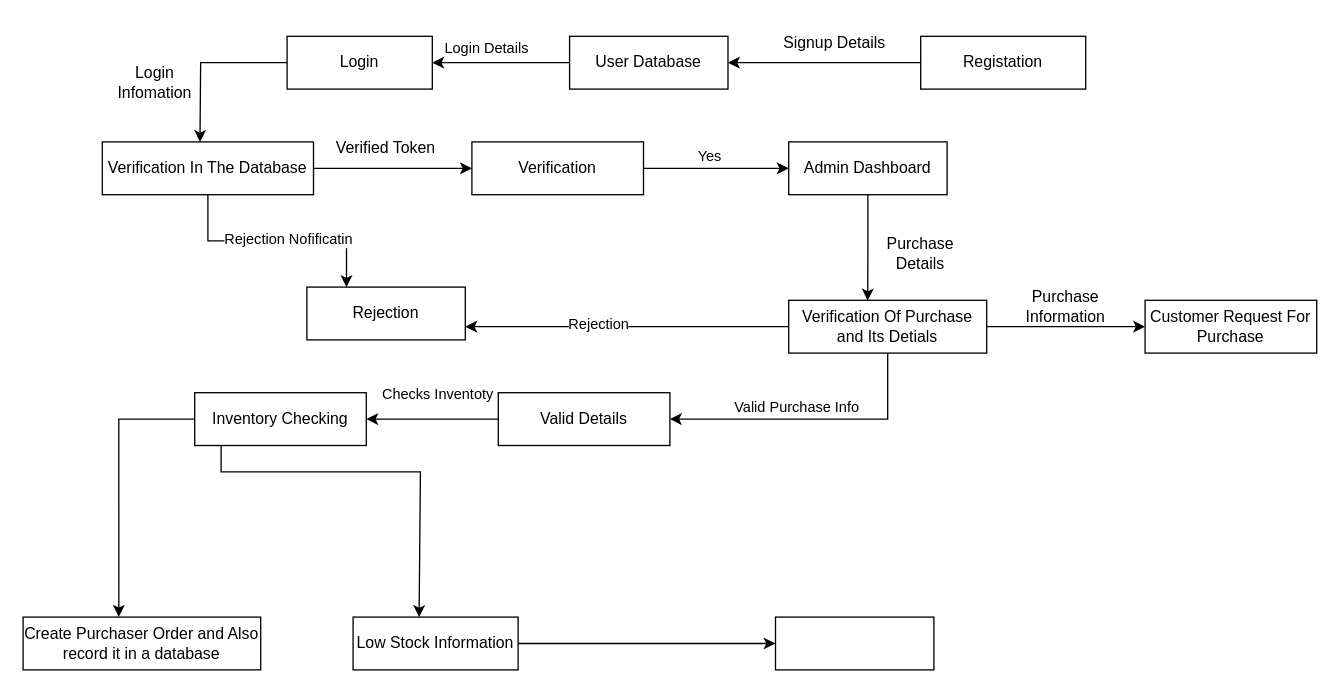
pawal-karki/DRAW.IO keeps this draw.io diagram as Structure Diagram'.drawio. Above is the earlier version. Source tidied: cells renumbered, new cells numbered last; positions are measured from the earlier drawing's top-left corner, leaving out a move shared by most shapes. Both pictures are drawn from the tidied source at 132%, with x=0, y=0 at pixel (22, 22).
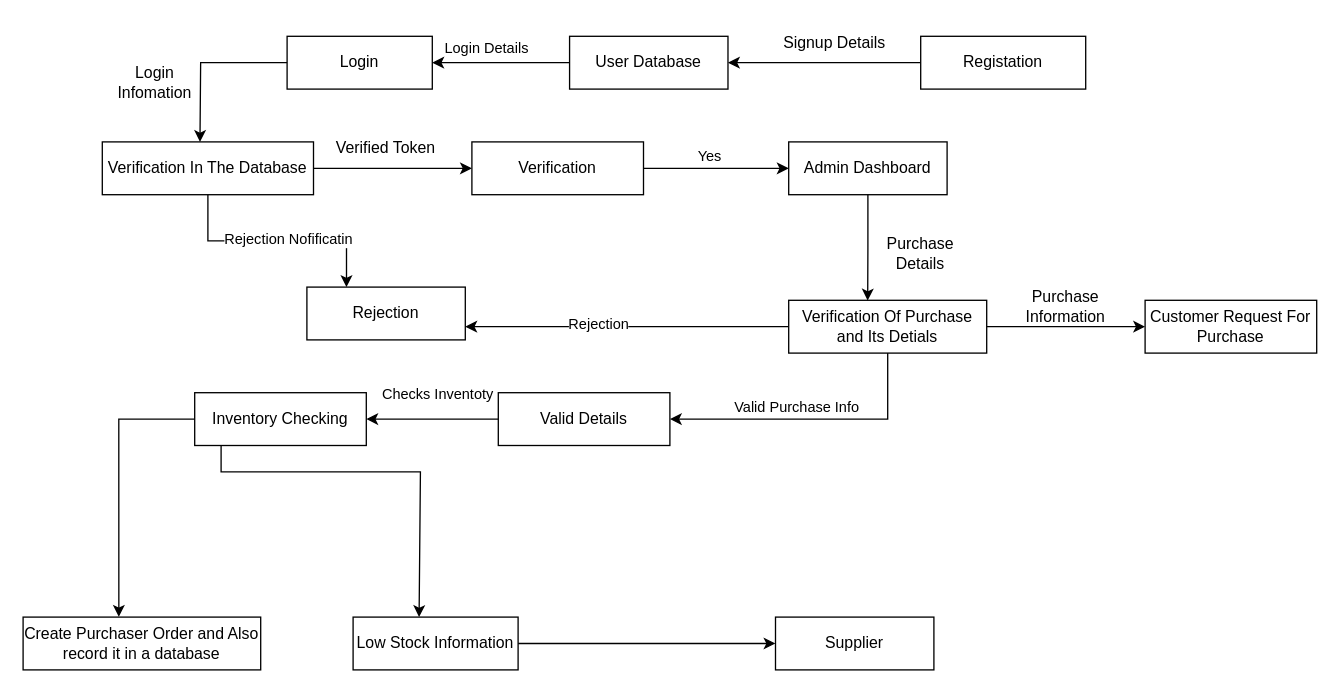
The same page after the edit.

Diff of the diagram source:
```diff
@@
-    <mxCell id="40" style="rounded=0;whiteSpace=wrap;html=1;" parent="1" vertex="1">
+    <mxCell id="40" value="Supplier" style="rounded=0;whiteSpace=wrap;html=1;" parent="1" vertex="1">
       <mxGeometry x="570" y="450" width="120" height="40" as="geometry" />
     </mxCell>
```
